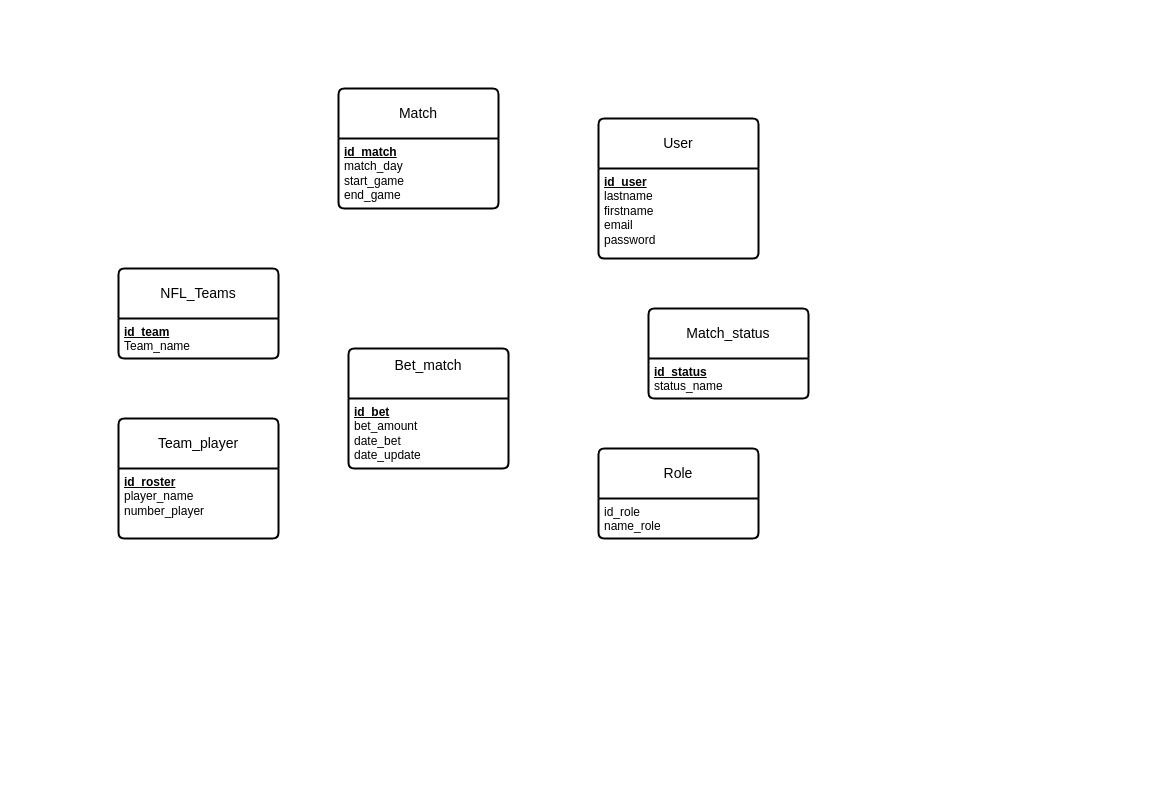
This is Stania_mcd.drawio from jerome80600out/ECF-Bachelor-22-24, a draw.io file, before an edit. Source tidied: cells renumbered, new cells numbered last; positions are measured from the earlier drawing's top-left corner, leaving out a move shared by most shapes. Both pictures are drawn from the tidied source at 100%, with x=0, y=0 at pixel (118, 88).
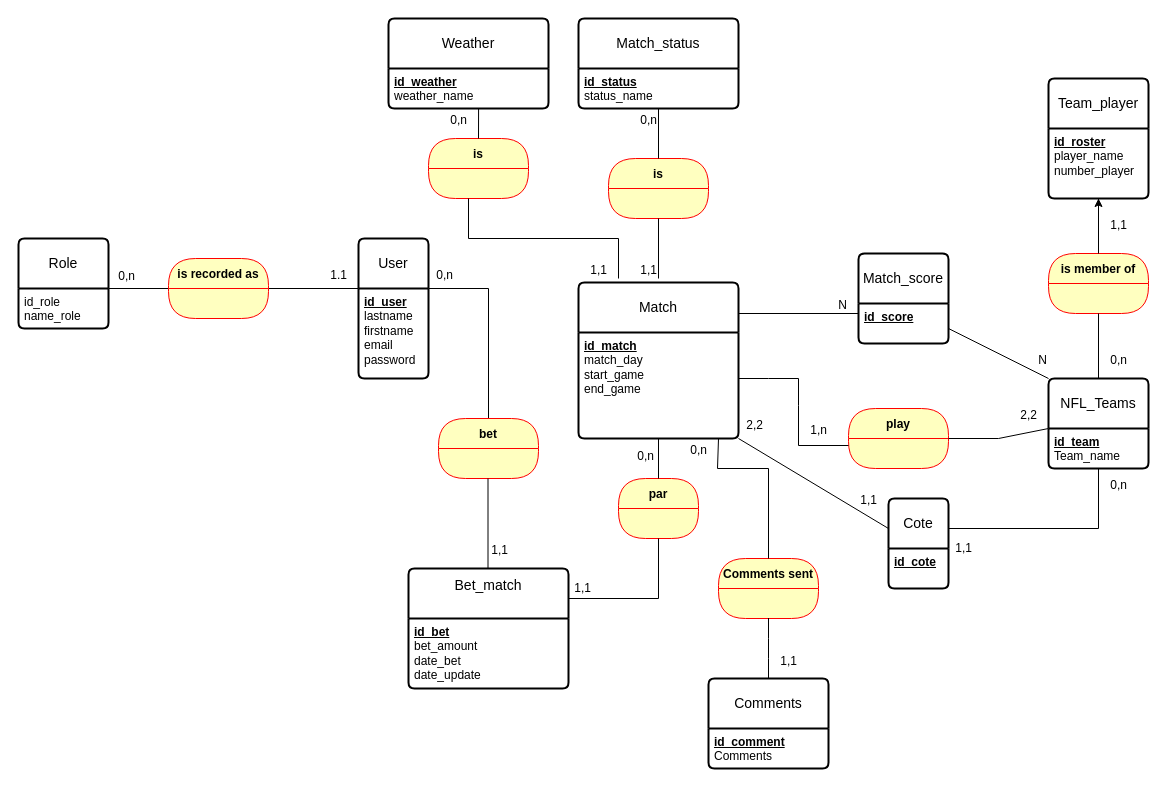
After the change.

The change refers to these unchanged cells:
```xml
<mxCell id="11" value="&lt;div&gt;&lt;b&gt;&lt;u&gt;id_status&lt;/u&gt;&lt;/b&gt;&lt;/div&gt;&lt;div&gt;status_name&lt;br&gt;&lt;/div&gt;&lt;br&gt;" style="align=left;strokeColor=none;fillColor=none;spacingLeft=4;fontSize=12;verticalAlign=top;html=1;" parent="10" vertex="1">
  <mxGeometry y="50" width="160" height="40" as="geometry" />
</mxCell>
```

What changed in the source:
```diff
@@
     <mxCell id="2" value="Match" style="swimlane;horizontal=1;startSize=50;rounded=1;fontSize=14;fontStyle=0;strokeWidth=2;shadow=0;dashed=0;align=center;arcSize=4;whiteSpace=wrap;html=1;" parent="1" vertex="1">
-      <mxGeometry x="220" width="160" height="120" as="geometry" />
+      <mxGeometry x="460" y="194" width="160" height="156" as="geometry" />
     </mxCell>
-    <mxCell id="3" value="&lt;div&gt;&lt;b&gt;&lt;u&gt;id_match&lt;/u&gt;&lt;/b&gt;&lt;/div&gt;&lt;div&gt;match_day&lt;br&gt;&lt;/div&gt;&lt;div&gt;start_game&lt;/div&gt;&lt;div&gt;end_game&lt;/div&gt;&lt;div&gt;&lt;br&gt;&lt;/div&gt;&lt;div&gt;&lt;br&gt;&lt;/div&gt;" style="align=left;strokeColor=none;fillColor=none;spacingLeft=4;fontSize=12;verticalAlign=top;html=1;" parent="2" vertex="1">
-      <mxGeometry y="50" width="160" height="70" as="geometry" />
+    <mxCell id="3" value="&lt;div&gt;&lt;b&gt;&lt;u&gt;id_match&lt;/u&gt;&lt;/b&gt;&lt;/div&gt;&lt;div&gt;match_day&lt;br&gt;&lt;/div&gt;&lt;div&gt;start_game&lt;/div&gt;&lt;div&gt;end_game&lt;/div&gt;&lt;div&gt;&lt;br&gt;&lt;/div&gt;&lt;div&gt;&lt;br&gt;&lt;/div&gt;&lt;div&gt;&lt;br&gt;&lt;/div&gt;&lt;div&gt;&lt;br&gt;&lt;/div&gt;" style="align=left;strokeColor=none;fillColor=none;spacingLeft=4;fontSize=12;verticalAlign=top;html=1;" parent="2" vertex="1">
+      <mxGeometry y="50" width="160" height="106" as="geometry" />
     </mxCell>
     <mxCell id="4" value="NFL_Teams" style="swimlane;horizontal=1;startSize=50;rounded=1;fontSize=14;fontStyle=0;strokeWidth=2;shadow=0;dashed=0;align=center;arcSize=4;whiteSpace=wrap;html=1;" parent="1" vertex="1">
-      <mxGeometry y="180" width="160" height="90" as="geometry" />
+      <mxGeometry x="930" y="290" width="100" height="90" as="geometry" />
     </mxCell>
     <mxCell id="5" value="&lt;div&gt;&lt;b&gt;&lt;u&gt;id_team&lt;/u&gt;&lt;/b&gt;&lt;/div&gt;&lt;div&gt;Team_name&lt;/div&gt;&lt;div&gt;&lt;br&gt;&lt;/div&gt;" style="align=left;strokeColor=none;fillColor=none;spacingLeft=4;fontSize=12;verticalAlign=top;html=1;" parent="4" vertex="1">
-      <mxGeometry y="50" width="160" height="40" as="geometry" />
+      <mxGeometry y="50" width="100" height="40" as="geometry" />
     </mxCell>
     <mxCell id="6" value="User" style="swimlane;horizontal=1;startSize=50;rounded=1;fontSize=14;fontStyle=0;strokeWidth=2;shadow=0;dashed=0;align=center;arcSize=4;whiteSpace=wrap;html=1;" parent="1" vertex="1">
-      <mxGeometry x="480" y="30" width="160" height="140" as="geometry" />
+      <mxGeometry x="240" y="150" width="70" height="140" as="geometry" />
     </mxCell>
     <mxCell id="7" value="&lt;div&gt;&lt;b&gt;&lt;u&gt;id_user&lt;/u&gt;&lt;/b&gt;&lt;/div&gt;&lt;div&gt;lastname&lt;/div&gt;&lt;div&gt;firstname&lt;/div&gt;&lt;div&gt;email&lt;/div&gt;&lt;div&gt;password&lt;/div&gt;&lt;div&gt;&lt;br&gt;&lt;/div&gt;&lt;div&gt;&lt;br&gt;&lt;/div&gt;" style="align=left;strokeColor=none;fillColor=none;spacingLeft=4;fontSize=12;verticalAlign=top;html=1;" parent="6" vertex="1">
-      <mxGeometry y="50" width="160" height="90" as="geometry" />
+      <mxGeometry y="50" width="70" height="90" as="geometry" />
     </mxCell>
     <mxCell id="8" value="&lt;div&gt;Bet_match&lt;/div&gt;&lt;div&gt;&lt;br&gt;&lt;/div&gt;" style="swimlane;horizontal=1;startSize=50;rounded=1;fontSize=14;fontStyle=0;strokeWidth=2;shadow=0;dashed=0;align=center;arcSize=4;whiteSpace=wrap;html=1;" parent="1" vertex="1">
-      <mxGeometry x="230" y="260" width="160" height="120" as="geometry" />
+      <mxGeometry x="290" y="480" width="160" height="120" as="geometry" />
     </mxCell>
@@
     <mxCell id="10" value="Match_status" style="swimlane;horizontal=1;startSize=50;rounded=1;fontSize=14;fontStyle=0;strokeWidth=2;shadow=0;dashed=0;align=center;arcSize=4;whiteSpace=wrap;html=1;" parent="1" vertex="1">
-      <mxGeometry x="530" y="220" width="160" height="90" as="geometry" />
+      <mxGeometry x="460" y="-70" width="160" height="90" as="geometry" />
     </mxCell>
@@
     <mxCell id="12" value="Team_player" style="swimlane;horizontal=1;startSize=50;rounded=1;fontSize=14;fontStyle=0;strokeWidth=2;shadow=0;dashed=0;align=center;arcSize=4;whiteSpace=wrap;html=1;" parent="1" vertex="1">
-      <mxGeometry y="330" width="160" height="120" as="geometry" />
+      <mxGeometry x="930" y="-10" width="100" height="120" as="geometry" />
     </mxCell>
     <mxCell id="13" value="&lt;div&gt;&lt;b&gt;&lt;u&gt;id_roster&lt;/u&gt;&lt;/b&gt;&lt;/div&gt;&lt;div&gt;player_name&lt;/div&gt;&lt;div&gt;number_player&lt;/div&gt;&lt;div&gt;&lt;br&gt;&lt;/div&gt;" style="align=left;strokeColor=none;fillColor=none;spacingLeft=4;fontSize=12;verticalAlign=top;html=1;" parent="12" vertex="1">
-      <mxGeometry y="50" width="160" height="70" as="geometry" />
+      <mxGeometry y="50" width="100" height="70" as="geometry" />
     </mxCell>
     <mxCell id="14" value="Role" style="swimlane;horizontal=1;startSize=50;rounded=1;fontSize=14;fontStyle=0;strokeWidth=2;shadow=0;dashed=0;align=center;arcSize=4;whiteSpace=wrap;html=1;" parent="1" vertex="1">
-      <mxGeometry x="480" y="360" width="160" height="90" as="geometry" />
+      <mxGeometry x="-100" y="150" width="90" height="90" as="geometry" />
     </mxCell>
     <mxCell id="15" value="&lt;div&gt;id_role&lt;/div&gt;&lt;div&gt;name_role&lt;/div&gt;&lt;div&gt;&lt;br&gt;&lt;/div&gt;" style="align=left;strokeColor=none;fillColor=none;spacingLeft=4;fontSize=12;verticalAlign=top;html=1;" parent="14" vertex="1">
-      <mxGeometry y="50" width="160" height="40" as="geometry" />
+      <mxGeometry y="50" width="90" height="40" as="geometry" />
     </mxCell>
+    <mxCell id="16" style="endArrow=none;html=1;rounded=0;entryX=0;entryY=0;entryDx=0;entryDy=0;exitX=1;exitY=0;exitDx=0;exitDy=0;" parent="1" edge="1" source="15" target="7">
+      <mxGeometry relative="1" as="geometry" />
+    </mxCell>
+    <mxCell id="17" value="1.1" style="html=1;whiteSpace=wrap;align=right;verticalAlign=bottom;" parent="16" vertex="1">
+      <mxGeometry x="1" relative="1" as="geometry">
+        <mxPoint x="-10" y="-5" as="offset" />
+      </mxGeometry>
+    </mxCell>
+    <mxCell id="18" value="0,n" style="html=1;whiteSpace=wrap;align=right;verticalAlign=bottom;" parent="1" vertex="1">
+      <mxGeometry x="90" y="170" as="geometry">
+        <mxPoint x="-72" y="26" as="offset" />
+      </mxGeometry>
+    </mxCell>
+    <mxCell id="19" value="is recorded as" style="swimlane;fontStyle=1;align=center;verticalAlign=middle;horizontal=1;startSize=30;fontColor=#000000;rounded=1;arcSize=30;strokeColor=#ff0000;fillColor=#ffffc0;swimlaneFillColor=#ffffc0;" parent="1" vertex="1">
+      <mxGeometry x="50" y="170" width="100" height="60" as="geometry" />
+    </mxCell>
+    <mxCell id="20" style="endArrow=none;html=1;rounded=0;exitX=1;exitY=0;exitDx=0;exitDy=0;" parent="1" edge="1" source="7">
+      <mxGeometry relative="1" as="geometry">
+        <mxPoint x="370" y="330" as="targetPoint" />
+        <Array as="points">
+          <mxPoint x="370" y="200" />
+        </Array>
+      </mxGeometry>
+    </mxCell>
+    <mxCell id="21" value="bet" style="swimlane;fontStyle=1;align=center;verticalAlign=middle;horizontal=1;startSize=30;fontColor=#000000;rounded=1;arcSize=30;strokeColor=#ff0000;fillColor=#ffffc0;swimlaneFillColor=#ffffc0;" parent="1" vertex="1">
+      <mxGeometry x="320" y="330" width="100" height="60" as="geometry" />
+    </mxCell>
+    <mxCell id="22" style="endArrow=none;html=1;rounded=0;" parent="1" edge="1">
+      <mxGeometry relative="1" as="geometry">
+        <mxPoint x="369.5" y="390" as="sourcePoint" />
+        <mxPoint x="369.5" y="480" as="targetPoint" />
+      </mxGeometry>
+    </mxCell>
+    <mxCell id="23" value="1,1" style="html=1;whiteSpace=wrap;align=right;verticalAlign=bottom;" parent="22" vertex="1">
+      <mxGeometry x="1" relative="1" as="geometry">
+        <mxPoint x="21" y="-10" as="offset" />
+      </mxGeometry>
+    </mxCell>
+    <mxCell id="24" value="0,n" style="html=1;whiteSpace=wrap;align=right;verticalAlign=bottom;" parent="1" vertex="1">
+      <mxGeometry x="500" y="380" as="geometry">
+        <mxPoint x="-164" y="-185" as="offset" />
+      </mxGeometry>
+    </mxCell>
+    <mxCell id="25" value="par" style="swimlane;fontStyle=1;align=center;verticalAlign=middle;horizontal=1;startSize=30;fontColor=#000000;rounded=1;arcSize=30;strokeColor=#ff0000;fillColor=#ffffc0;swimlaneFillColor=#ffffc0;" parent="1" vertex="1">
+      <mxGeometry x="500" y="390" width="80" height="60" as="geometry" />
+    </mxCell>
+    <mxCell id="26" style="endArrow=none;html=1;rounded=0;entryX=0.5;entryY=1;entryDx=0;entryDy=0;exitX=0.5;exitY=0;exitDx=0;exitDy=0;" parent="1" edge="1" source="25" target="3">
+      <mxGeometry relative="1" as="geometry" />
+    </mxCell>
+    <mxCell id="27" style="endArrow=none;html=1;rounded=0;entryX=0.5;entryY=1;entryDx=0;entryDy=0;" parent="1" edge="1" target="25">
+      <mxGeometry relative="1" as="geometry">
+        <mxPoint x="450" y="510" as="sourcePoint" />
+        <Array as="points">
+          <mxPoint x="540" y="510" />
+        </Array>
+      </mxGeometry>
+    </mxCell>
+    <mxCell id="28" value="is" style="swimlane;fontStyle=1;align=center;verticalAlign=middle;horizontal=1;startSize=30;fontColor=#000000;rounded=1;arcSize=30;strokeColor=#ff0000;fillColor=#ffffc0;swimlaneFillColor=#ffffc0;" parent="1" vertex="1">
+      <mxGeometry x="490" y="70" width="100" height="60" as="geometry" />
+    </mxCell>
+    <mxCell id="29" value="1,1" style="html=1;whiteSpace=wrap;align=right;verticalAlign=bottom;" parent="1" vertex="1">
+      <mxGeometry x="400.5" y="480" as="geometry">
+        <mxPoint x="73" y="28" as="offset" />
+      </mxGeometry>
+    </mxCell>
+    <mxCell id="30" style="endArrow=none;html=1;rounded=0;exitX=0.5;exitY=1;exitDx=0;exitDy=0;" parent="1" edge="1" source="28">
+      <mxGeometry relative="1" as="geometry">
+        <mxPoint x="540" y="190" as="targetPoint" />
+      </mxGeometry>
+    </mxCell>
+    <mxCell id="31" value="1,1" style="html=1;whiteSpace=wrap;align=right;verticalAlign=bottom;" parent="30" vertex="1">
+      <mxGeometry x="1" relative="1" as="geometry" />
+    </mxCell>
+    <mxCell id="32" style="endArrow=none;html=1;rounded=0;exitX=0.5;exitY=1;exitDx=0;exitDy=0;entryX=0.5;entryY=0;entryDx=0;entryDy=0;" parent="1" edge="1" source="11" target="28">
+      <mxGeometry relative="1" as="geometry" />
+    </mxCell>
+    <mxCell id="33" value="0,n" style="html=1;whiteSpace=wrap;align=right;verticalAlign=bottom;" parent="32" vertex="1">
+      <mxGeometry x="1" relative="1" as="geometry">
+        <mxPoint y="-30" as="offset" />
+      </mxGeometry>
+    </mxCell>
+    <mxCell id="34" style="edgeStyle=orthogonalEdgeStyle;rounded=0;jettySize=auto;html=1;" parent="1" edge="1" source="35" target="13">
+      <mxGeometry relative="1" as="geometry" />
+    </mxCell>
+    <mxCell id="35" value="is member of" style="swimlane;fontStyle=1;align=center;verticalAlign=middle;horizontal=1;startSize=30;fontColor=#000000;rounded=1;arcSize=30;strokeColor=#ff0000;fillColor=#ffffc0;swimlaneFillColor=#ffffc0;" parent="1" vertex="1">
+      <mxGeometry x="930" y="165" width="100" height="60" as="geometry" />
+    </mxCell>
+    <mxCell id="36" style="endArrow=none;html=1;rounded=0;entryX=0.5;entryY=0;entryDx=0;entryDy=0;exitX=0.5;exitY=1;exitDx=0;exitDy=0;" parent="1" edge="1" source="13" target="35">
+      <mxGeometry relative="1" as="geometry" />
+    </mxCell>
+    <mxCell id="37" value="1,1" style="html=1;whiteSpace=wrap;align=right;verticalAlign=bottom;" parent="36" vertex="1">
+      <mxGeometry x="1" relative="1" as="geometry">
+        <mxPoint x="30" y="-20" as="offset" />
+      </mxGeometry>
+    </mxCell>
+    <mxCell id="38" style="endArrow=none;html=1;rounded=0;exitX=0.5;exitY=1;exitDx=0;exitDy=0;entryX=0.5;entryY=0;entryDx=0;entryDy=0;" parent="1" edge="1" source="35" target="4">
+      <mxGeometry relative="1" as="geometry" />
+    </mxCell>
+    <mxCell id="39" value="0,n" style="html=1;whiteSpace=wrap;align=right;verticalAlign=bottom;" parent="38" vertex="1">
+      <mxGeometry x="1" relative="1" as="geometry">
+        <mxPoint x="30" y="-10" as="offset" />
+      </mxGeometry>
+    </mxCell>
+    <mxCell id="40" value="play" style="swimlane;fontStyle=1;align=center;verticalAlign=middle;horizontal=1;startSize=30;fontColor=#000000;rounded=1;arcSize=30;strokeColor=#ff0000;fillColor=#ffffc0;swimlaneFillColor=#ffffc0;" parent="1" vertex="1">
+      <mxGeometry x="730" y="320" width="100" height="60" as="geometry" />
+    </mxCell>
+    <mxCell id="41" style="endArrow=none;html=1;rounded=0;exitX=1;exitY=0.5;exitDx=0;exitDy=0;entryX=0;entryY=0;entryDx=0;entryDy=0;" parent="1" edge="1" source="40" target="5">
+      <mxGeometry relative="1" as="geometry">
+        <Array as="points">
+          <mxPoint x="880" y="350" />
+        </Array>
+      </mxGeometry>
+    </mxCell>
+    <mxCell id="42" value="2,2" style="html=1;whiteSpace=wrap;align=right;verticalAlign=bottom;" parent="41" vertex="1">
+      <mxGeometry x="1" relative="1" as="geometry">
+        <mxPoint x="-10" y="-5" as="offset" />
+      </mxGeometry>
+    </mxCell>
+    <mxCell id="43" style="endArrow=none;html=1;rounded=0;entryX=0;entryY=0.5;entryDx=0;entryDy=0;" parent="1" edge="1">
+      <mxGeometry relative="1" as="geometry">
+        <mxPoint x="620" y="290" as="sourcePoint" />
+        <mxPoint x="730" y="357" as="targetPoint" />
+        <Array as="points">
+          <mxPoint x="650" y="290" />
+          <mxPoint x="680" y="290" />
+          <mxPoint x="680" y="317" />
+          <mxPoint x="680" y="357" />
+        </Array>
+      </mxGeometry>
+    </mxCell>
+    <mxCell id="44" value="1,n" style="html=1;whiteSpace=wrap;align=right;verticalAlign=bottom;" parent="43" vertex="1">
+      <mxGeometry x="1" relative="1" as="geometry">
+        <mxPoint x="-20" y="-7" as="offset" />
+      </mxGeometry>
+    </mxCell>
+    <mxCell id="45" value="Weather" style="swimlane;horizontal=1;startSize=50;rounded=1;fontSize=14;fontStyle=0;strokeWidth=2;shadow=0;dashed=0;align=center;arcSize=4;whiteSpace=wrap;html=1;" parent="1" vertex="1">
+      <mxGeometry x="270" y="-70" width="160" height="90" as="geometry" />
+    </mxCell>
+    <mxCell id="46" value="&lt;div&gt;&lt;b&gt;&lt;u&gt;id_weather&lt;/u&gt;&lt;/b&gt;&lt;/div&gt;&lt;div&gt;weather_name&lt;br&gt;&lt;/div&gt;" style="align=left;strokeColor=none;fillColor=none;spacingLeft=4;fontSize=12;verticalAlign=top;html=1;" parent="45" vertex="1">
+      <mxGeometry y="50" width="160" height="40" as="geometry" />
+    </mxCell>
+    <mxCell id="47" value="is" style="swimlane;fontStyle=1;align=center;verticalAlign=middle;horizontal=1;startSize=30;fontColor=#000000;rounded=1;arcSize=30;strokeColor=#ff0000;fillColor=#ffffc0;swimlaneFillColor=#ffffc0;" parent="1" vertex="1">
+      <mxGeometry x="310" y="50" width="100" height="60" as="geometry" />
+    </mxCell>
+    <mxCell id="48" style="endArrow=none;html=1;rounded=0;" parent="1" edge="1">
+      <mxGeometry relative="1" as="geometry">
+        <mxPoint x="350" y="110" as="sourcePoint" />
+        <mxPoint x="500" y="190" as="targetPoint" />
+        <Array as="points">
+          <mxPoint x="350" y="150" />
+          <mxPoint x="500" y="150" />
+        </Array>
+      </mxGeometry>
+    </mxCell>
+    <mxCell id="49" value="1,1" style="html=1;whiteSpace=wrap;align=right;verticalAlign=bottom;" parent="48" vertex="1">
+      <mxGeometry x="1" relative="1" as="geometry">
+        <mxPoint x="-10" as="offset" />
+      </mxGeometry>
+    </mxCell>
+    <mxCell id="50" style="endArrow=none;html=1;rounded=0;exitX=0.563;exitY=1;exitDx=0;exitDy=0;exitPerimeter=0;entryX=0.5;entryY=0;entryDx=0;entryDy=0;" parent="1" edge="1" source="46" target="47">
+      <mxGeometry relative="1" as="geometry" />
+    </mxCell>
+    <mxCell id="51" value="0,n" style="html=1;whiteSpace=wrap;align=right;verticalAlign=bottom;" parent="50" vertex="1">
+      <mxGeometry x="1" relative="1" as="geometry">
+        <mxPoint x="-10" y="-10" as="offset" />
+      </mxGeometry>
+    </mxCell>
+    <mxCell id="52" value="Comments" style="swimlane;horizontal=1;startSize=50;rounded=1;fontSize=14;fontStyle=0;strokeWidth=2;shadow=0;dashed=0;align=center;arcSize=4;whiteSpace=wrap;html=1;" parent="1" vertex="1">
+      <mxGeometry x="590" y="590" width="120" height="90" as="geometry" />
+    </mxCell>
+    <mxCell id="53" value="&lt;div&gt;&lt;b&gt;&lt;u&gt;id_comment&lt;/u&gt;&lt;/b&gt;&lt;/div&gt;&lt;div&gt;Comments&lt;/div&gt;&lt;div&gt;&lt;br&gt;&lt;/div&gt;" style="align=left;strokeColor=none;fillColor=none;spacingLeft=4;fontSize=12;verticalAlign=top;html=1;" parent="52" vertex="1">
+      <mxGeometry y="50" width="120" height="40" as="geometry" />
+    </mxCell>
+    <mxCell id="54" value="Comments sent" style="swimlane;fontStyle=1;align=center;verticalAlign=middle;horizontal=1;startSize=30;fontColor=#000000;rounded=1;arcSize=30;strokeColor=#ff0000;fillColor=#ffffc0;swimlaneFillColor=#ffffc0;" parent="1" vertex="1">
+      <mxGeometry x="600" y="470" width="100" height="60" as="geometry" />
+    </mxCell>
+    <mxCell id="55" style="endArrow=none;html=1;rounded=0;" parent="1" edge="1">
+      <mxGeometry relative="1" as="geometry">
+        <mxPoint x="650" y="529.5" as="sourcePoint" />
+        <mxPoint x="650" y="590" as="targetPoint" />
+        <Array as="points">
+          <mxPoint x="650" y="550" />
+          <mxPoint x="650" y="570" />
+        </Array>
+      </mxGeometry>
+    </mxCell>
+    <mxCell id="56" value="1,1" style="html=1;whiteSpace=wrap;align=right;verticalAlign=bottom;" parent="55" vertex="1">
+      <mxGeometry x="1" relative="1" as="geometry">
+        <mxPoint x="30" y="-10" as="offset" />
+      </mxGeometry>
+    </mxCell>
+    <mxCell id="57" style="endArrow=none;html=1;rounded=0;entryX=0.5;entryY=0;entryDx=0;entryDy=0;" parent="1" edge="1" target="54">
+      <mxGeometry relative="1" as="geometry">
+        <mxPoint x="600" y="350" as="sourcePoint" />
+        <Array as="points">
+          <mxPoint x="599" y="380" />
+          <mxPoint x="650" y="380" />
+        </Array>
+      </mxGeometry>
+    </mxCell>
+    <mxCell id="58" value="0,n" style="html=1;whiteSpace=wrap;align=right;verticalAlign=bottom;" parent="57" vertex="1">
+      <mxGeometry x="1" relative="1" as="geometry">
+        <mxPoint x="-60" y="-100" as="offset" />
+      </mxGeometry>
+    </mxCell>
+    <mxCell id="59" value="0,n" style="html=1;whiteSpace=wrap;align=right;verticalAlign=bottom;" parent="1" vertex="1">
+      <mxGeometry x="450" y="350" width="160" as="geometry">
+        <mxPoint x="-72" y="26" as="offset" />
+      </mxGeometry>
+    </mxCell>
+    <mxCell id="60" value="Cote" style="swimlane;horizontal=1;startSize=50;rounded=1;fontSize=14;fontStyle=0;strokeWidth=2;shadow=0;dashed=0;align=center;arcSize=4;whiteSpace=wrap;html=1;" parent="1" vertex="1">
+      <mxGeometry x="770" y="410" width="60" height="90" as="geometry" />
+    </mxCell>
+    <mxCell id="61" value="&lt;div&gt;&lt;b&gt;&lt;u&gt;id_cote&lt;/u&gt;&lt;/b&gt;&lt;/div&gt;&lt;div&gt;&lt;br&gt;&lt;/div&gt;" style="align=left;strokeColor=none;fillColor=none;spacingLeft=4;fontSize=12;verticalAlign=top;html=1;" parent="60" vertex="1">
+      <mxGeometry y="50" width="60" height="40" as="geometry" />
+    </mxCell>
+    <mxCell id="62" value="Match_score" style="swimlane;horizontal=1;startSize=50;rounded=1;fontSize=14;fontStyle=0;strokeWidth=2;shadow=0;dashed=0;align=center;arcSize=4;whiteSpace=wrap;html=1;" parent="1" vertex="1">
+      <mxGeometry x="740" y="165" width="90" height="90" as="geometry" />
+    </mxCell>
+    <mxCell id="63" value="&lt;div&gt;&lt;b&gt;&lt;u&gt;id_score&lt;/u&gt;&lt;/b&gt;&lt;/div&gt;&lt;div&gt;&lt;br&gt;&lt;/div&gt;" style="align=left;strokeColor=none;fillColor=none;spacingLeft=4;fontSize=12;verticalAlign=top;html=1;" parent="62" vertex="1">
+      <mxGeometry y="50" width="90" height="40" as="geometry" />
+    </mxCell>
+    <mxCell id="64" style="endArrow=none;html=1;rounded=0;entryX=0.5;entryY=1;entryDx=0;entryDy=0;" parent="1" edge="1" target="5">
+      <mxGeometry relative="1" as="geometry">
+        <mxPoint x="830" y="440" as="sourcePoint" />
+        <Array as="points">
+          <mxPoint x="980" y="440" />
+        </Array>
+      </mxGeometry>
+    </mxCell>
+    <mxCell id="65" value="&lt;div&gt;0,n&lt;/div&gt;&lt;div&gt;&lt;br&gt;&lt;/div&gt;" style="html=1;whiteSpace=wrap;align=right;verticalAlign=bottom;" parent="64" vertex="1">
+      <mxGeometry x="1" relative="1" as="geometry">
+        <mxPoint x="30" y="40" as="offset" />
+      </mxGeometry>
+    </mxCell>
+    <mxCell id="66" style="endArrow=none;html=1;rounded=0;" parent="1" edge="1">
+      <mxGeometry relative="1" as="geometry">
+        <mxPoint x="620" y="350" as="sourcePoint" />
+        <mxPoint x="770" y="440" as="targetPoint" />
+      </mxGeometry>
+    </mxCell>
+    <mxCell id="67" value="1,1" style="html=1;whiteSpace=wrap;align=right;verticalAlign=bottom;" parent="66" vertex="1">
+      <mxGeometry x="1" relative="1" as="geometry">
+        <mxPoint x="-10" y="-20" as="offset" />
+      </mxGeometry>
+    </mxCell>
+    <mxCell id="68" style="endArrow=none;html=1;rounded=0;entryX=0;entryY=0.25;entryDx=0;entryDy=0;" parent="1" edge="1" target="63">
+      <mxGeometry relative="1" as="geometry">
+        <mxPoint x="620" y="225" as="sourcePoint" />
+      </mxGeometry>
+    </mxCell>
+    <mxCell id="69" value="N" style="html=1;whiteSpace=wrap;align=right;verticalAlign=bottom;" parent="68" vertex="1">
+      <mxGeometry x="1" relative="1" as="geometry">
+        <mxPoint x="-10" as="offset" />
+      </mxGeometry>
+    </mxCell>
+    <mxCell id="70" style="endArrow=none;html=1;rounded=0;entryX=0;entryY=0;entryDx=0;entryDy=0;" parent="1" edge="1" target="4">
+      <mxGeometry relative="1" as="geometry">
+        <mxPoint x="830" y="240" as="sourcePoint" />
+      </mxGeometry>
+    </mxCell>
+    <mxCell id="71" value="N" style="html=1;whiteSpace=wrap;align=right;verticalAlign=bottom;" parent="70" vertex="1">
+      <mxGeometry x="1" relative="1" as="geometry">
+        <mxPoint y="-10" as="offset" />
+      </mxGeometry>
+    </mxCell>
+    <mxCell id="72" value="1,1" style="html=1;whiteSpace=wrap;align=right;verticalAlign=bottom;" parent="1" vertex="1">
+      <mxGeometry x="880" y="470" as="geometry">
+        <mxPoint x="-25" y="-2" as="offset" />
+      </mxGeometry>
+    </mxCell>
+    <mxCell id="73" value="2,2" style="html=1;whiteSpace=wrap;align=right;verticalAlign=bottom;" parent="1" vertex="1">
+      <mxGeometry x="700" y="440" as="geometry">
+        <mxPoint x="-54" y="-95" as="offset" />
+      </mxGeometry>
+    </mxCell>
```
